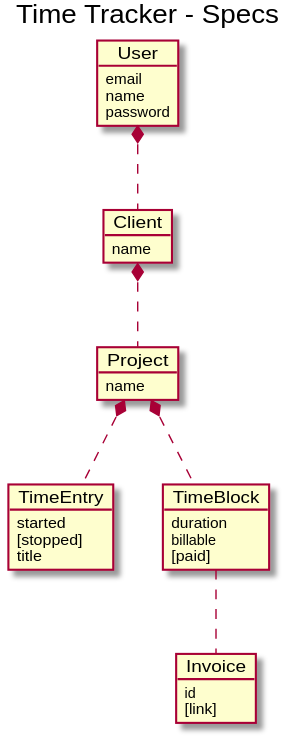
seed-rs/seed-rs.org keeps this PlantUML diagram as static/images/time_tracker_specs.svg. Above is the earlier version.
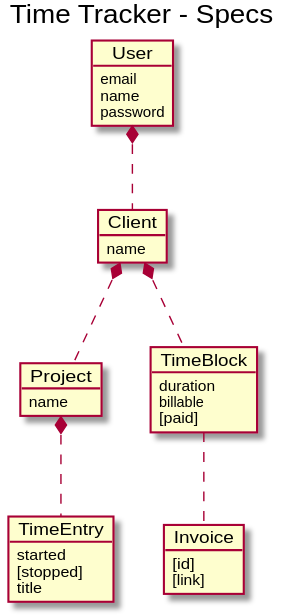
Above is the later version.

Commit message:
feat: 0.7.0 Time Tracker Models & Msgs

Change to the diagram source:
```diff
@@ -15,26 +15,26 @@
   name
 }
 
+object TimeBlock {
+  duration
+  billable
+  [paid]
+}
+
 object TimeEntry {
   started
   [stopped]
   title
 }
 
-object TimeBlock {
-  duration
-  billable
-  [paid]
-}
-
 object Invoice {
-  id
+  [id]
   [link]
 }
 
 User *.. Client
 Client *.. Project
+Client*.. TimeBlock
 Project *.. TimeEntry
-Project *.. TimeBlock
 TimeBlock .. Invoice
 @enduml
```
